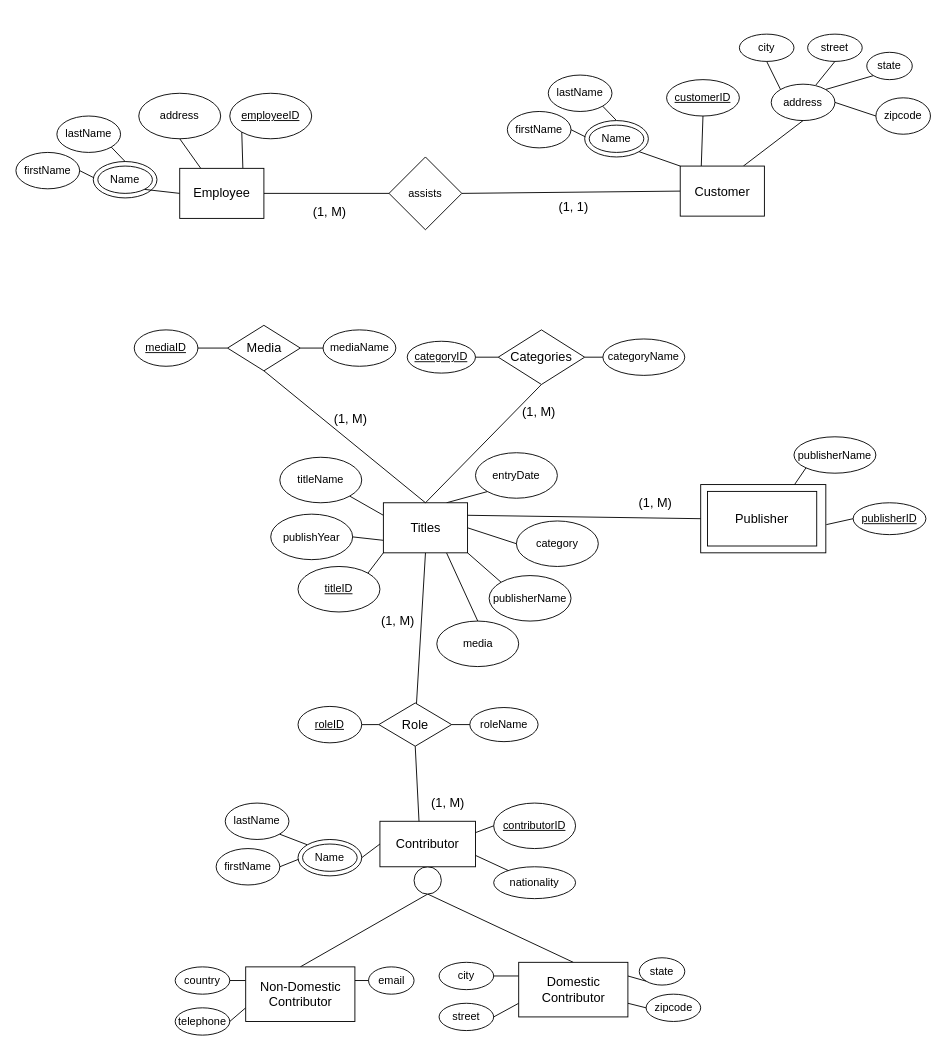
Above: projecteerd.drawio in roning54/database_design (draw.io), before the change. Source tidied: cells renumbered, new cells numbered last; positions are measured from the earlier drawing's top-left corner, leaving out a move shared by most shapes. Both pictures are drawn from the tidied source at 91%, with x=0, y=0 at pixel (15, 34).
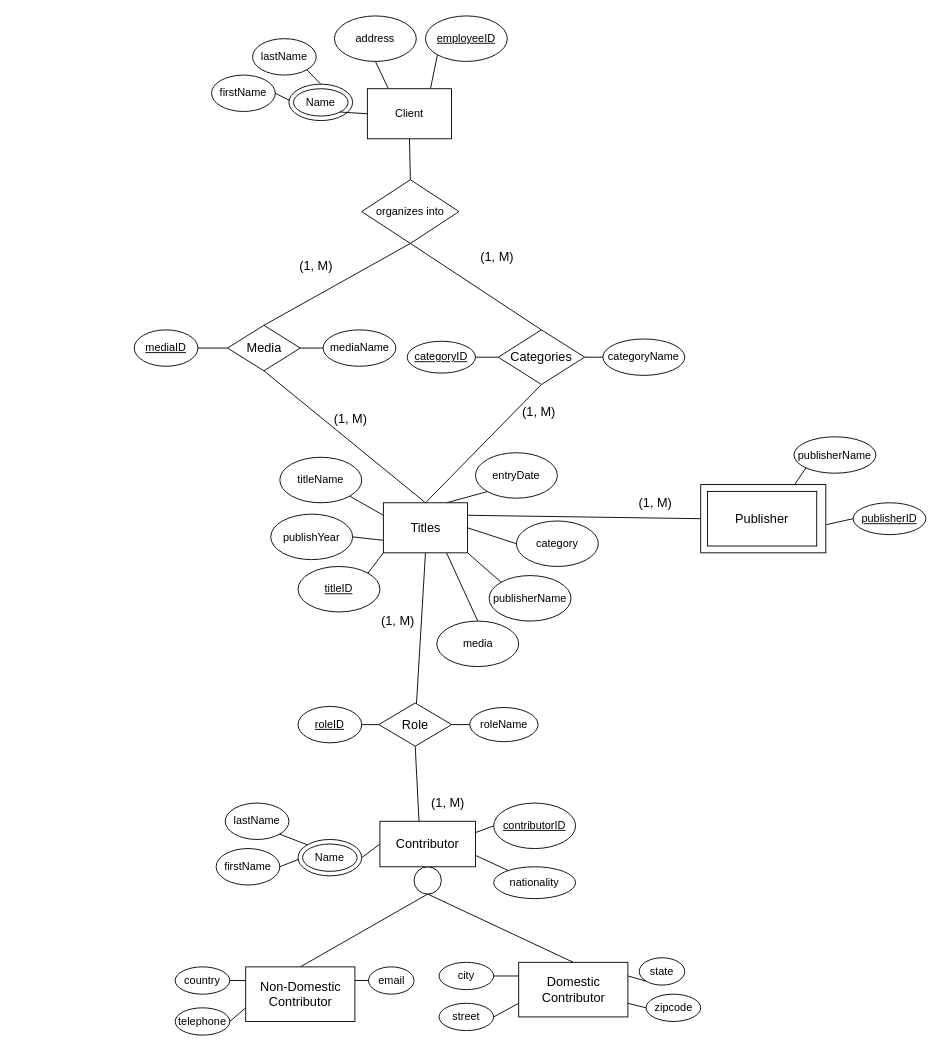
Above is the later version.

The change refers to these unchanged cells:
```xml
<mxCell id="84" value="&lt;font style=&quot;font-size: 14px&quot;&gt;Media&lt;/font&gt;" style="rhombus;whiteSpace=wrap;html=1;" parent="1" vertex="1">
  <mxGeometry x="232.5" y="320" width="80" height="50" as="geometry" />
</mxCell>
<mxCell id="100" value="&lt;font style=&quot;font-size: 14px&quot;&gt;Categories&lt;/font&gt;" style="rhombus;whiteSpace=wrap;html=1;" parent="1" vertex="1">
  <mxGeometry x="530" y="325" width="95" height="60" as="geometry" />
</mxCell>
```

Change to the diagram source:
```diff
@@
     <mxCell id="3" value="&lt;u&gt;employeeID&lt;/u&gt;" style="ellipse;whiteSpace=wrap;html=1;" parent="1" vertex="1">
-      <mxGeometry x="235" y="65" width="90" height="50" as="geometry" />
+      <mxGeometry x="450" y="-20" width="90" height="50" as="geometry" />
     </mxCell>
     <mxCell id="4" value="address" style="ellipse;whiteSpace=wrap;html=1;" parent="1" vertex="1">
-      <mxGeometry x="135" y="65" width="90" height="50" as="geometry" />
+      <mxGeometry x="350" y="-20" width="90" height="50" as="geometry" />
     </mxCell>
-    <mxCell id="5" value="&lt;u&gt;customerID&lt;/u&gt;" style="ellipse;whiteSpace=wrap;html=1;" parent="1" vertex="1">
-      <mxGeometry x="715" y="50" width="80" height="40" as="geometry" />
-    </mxCell>
-    <mxCell id="6" value="firstName" style="ellipse;whiteSpace=wrap;html=1;" parent="1" vertex="1">
-      <mxGeometry x="540" y="85" width="70" height="40" as="geometry" />
-    </mxCell>
-    <mxCell id="7" value="&lt;div&gt;lastName&lt;/div&gt;" style="ellipse;whiteSpace=wrap;html=1;" parent="1" vertex="1">
-      <mxGeometry x="585" y="45" width="70" height="40" as="geometry" />
-    </mxCell>
-    <mxCell id="8" value="address" style="ellipse;whiteSpace=wrap;html=1;" parent="1" vertex="1">
-      <mxGeometry x="830" y="55" width="70" height="40" as="geometry" />
-    </mxCell>
-    <mxCell id="9" value="city" style="ellipse;whiteSpace=wrap;html=1;" parent="1" vertex="1">
-      <mxGeometry x="795" width="60" height="30" as="geometry" />
-    </mxCell>
-    <mxCell id="10" value="&lt;div&gt;state&lt;/div&gt;" style="ellipse;whiteSpace=wrap;html=1;" parent="1" vertex="1">
-      <mxGeometry x="935" y="20" width="50" height="30" as="geometry" />
-    </mxCell>
-    <mxCell id="11" value="zipcode" style="ellipse;whiteSpace=wrap;html=1;" parent="1" vertex="1">
-      <mxGeometry x="945" y="70" width="60" height="40" as="geometry" />
-    </mxCell>
-    <mxCell id="12" value="street" style="ellipse;whiteSpace=wrap;html=1;" parent="1" vertex="1">
-      <mxGeometry x="870" width="60" height="30" as="geometry" />
-    </mxCell>
@@
-    <mxCell id="15" style="endArrow=none;html=1;entryX=0;entryY=0;entryDx=0;entryDy=0;exitX=0.5;exitY=1;exitDx=0;exitDy=0;" parent="1" edge="1" source="9" target="8">
-      <mxGeometry relative="1" as="geometry" />
-    </mxCell>
-    <mxCell id="16" style="endArrow=none;html=1;entryX=0.5;entryY=1;entryDx=0;entryDy=0;exitX=0.7;exitY=0.025;exitDx=0;exitDy=0;exitPerimeter=0;" parent="1" edge="1" source="8" target="12">
-      <mxGeometry relative="1" as="geometry" />
-    </mxCell>
-    <mxCell id="17" style="endArrow=none;html=1;entryX=0;entryY=1;entryDx=0;entryDy=0;exitX=1;exitY=0;exitDx=0;exitDy=0;" parent="1" edge="1" source="8" target="10">
-      <mxGeometry relative="1" as="geometry" />
-    </mxCell>
-    <mxCell id="18" style="endArrow=none;html=1;entryX=0;entryY=0.5;entryDx=0;entryDy=0;exitX=1;exitY=0.5;exitDx=0;exitDy=0;" parent="1" edge="1" source="8" target="11">
-      <mxGeometry relative="1" as="geometry" />
-    </mxCell>
-    <mxCell id="19" style="endArrow=none;html=1;entryX=0.25;entryY=0;entryDx=0;entryDy=0;exitX=0.5;exitY=1;exitDx=0;exitDy=0;" parent="1" edge="1" source="5" target="112">
-      <mxGeometry relative="1" as="geometry" />
-    </mxCell>
-    <mxCell id="20" style="endArrow=none;html=1;exitX=1;exitY=1;exitDx=0;exitDy=0;entryX=0.5;entryY=0;entryDx=0;entryDy=0;" parent="1" edge="1" source="7" target="64">
-      <mxGeometry relative="1" as="geometry" />
-    </mxCell>
-    <mxCell id="21" style="endArrow=none;html=1;entryX=1;entryY=0.5;entryDx=0;entryDy=0;exitX=0;exitY=0.5;exitDx=0;exitDy=0;" parent="1" edge="1" source="65" target="6">
-      <mxGeometry relative="1" as="geometry" />
-    </mxCell>
-    <mxCell id="22" style="endArrow=none;html=1;entryX=0.75;entryY=0;entryDx=0;entryDy=0;exitX=0.5;exitY=1;exitDx=0;exitDy=0;" parent="1" edge="1" source="8" target="112">
-      <mxGeometry relative="1" as="geometry" />
-    </mxCell>
@@
-    <mxCell id="64" style="ellipse;whiteSpace=wrap;html=1;" parent="1" vertex="1">
-      <mxGeometry x="625" y="95" width="70" height="40" as="geometry" />
-    </mxCell>
-    <mxCell id="65" value="Name" style="ellipse;whiteSpace=wrap;html=1;" parent="1" vertex="1">
-      <mxGeometry x="630" y="100" width="60" height="30" as="geometry" />
-    </mxCell>
-    <mxCell id="66" value="assists" style="rhombus;whiteSpace=wrap;html=1;" parent="1" vertex="1">
-      <mxGeometry x="410" y="135" width="80" height="80" as="geometry" />
-    </mxCell>
     <mxCell id="67" value="firstName" style="ellipse;whiteSpace=wrap;html=1;" parent="1" vertex="1">
-      <mxGeometry y="130" width="70" height="40" as="geometry" />
+      <mxGeometry x="215" y="45" width="70" height="40" as="geometry" />
     </mxCell>
-    <mxCell id="68" style="endArrow=none;html=1;exitX=1;exitY=0.5;exitDx=0;exitDy=0;entryX=0;entryY=0.5;entryDx=0;entryDy=0;" parent="1" edge="1" source="66" target="112">
-      <mxGeometry relative="1" as="geometry" />
-    </mxCell>
     <mxCell id="69" value="&lt;div&gt;lastName&lt;/div&gt;" style="ellipse;whiteSpace=wrap;html=1;" parent="1" vertex="1">
-      <mxGeometry x="45" y="90" width="70" height="40" as="geometry" />
+      <mxGeometry x="260" y="5" width="70" height="40" as="geometry" />
     </mxCell>
-    <mxCell id="70" style="endArrow=none;html=1;exitX=1;exitY=0.5;exitDx=0;exitDy=0;entryX=0;entryY=0.5;entryDx=0;entryDy=0;" parent="1" edge="1" source="111" target="66">
+    <mxCell id="70" style="endArrow=none;html=1;entryX=0.5;entryY=0;entryDx=0;entryDy=0;exitX=0.5;exitY=1;exitDx=0;exitDy=0;" parent="1" edge="1" source="118" target="100">
       <mxGeometry relative="1" as="geometry" />
     </mxCell>
@@
     <mxCell id="73" style="ellipse;whiteSpace=wrap;html=1;" parent="1" vertex="1">
-      <mxGeometry x="85" y="140" width="70" height="40" as="geometry" />
+      <mxGeometry x="300" y="55" width="70" height="40" as="geometry" />
     </mxCell>
     <mxCell id="74" value="Name" style="ellipse;whiteSpace=wrap;html=1;" parent="1" vertex="1">
-      <mxGeometry x="90" y="145" width="60" height="30" as="geometry" />
+      <mxGeometry x="305" y="60" width="60" height="30" as="geometry" />
     </mxCell>
-    <mxCell id="75" style="endArrow=none;html=1;entryX=0;entryY=0;entryDx=0;entryDy=0;exitX=1;exitY=1;exitDx=0;exitDy=0;" parent="1" edge="1" source="64" target="112">
-      <mxGeometry relative="1" as="geometry" />
-    </mxCell>
@@
-    <mxCell id="111" value="&lt;font style=&quot;font-size: 14px&quot;&gt;Employee&lt;/font&gt;" style="rounded=0;whiteSpace=wrap;html=1;" parent="1" vertex="1">
-      <mxGeometry x="180" y="147.5" width="92.5" height="55" as="geometry" />
+    <mxCell id="111" value="Client" style="rounded=0;whiteSpace=wrap;html=1;" parent="1" vertex="1">
+      <mxGeometry x="386.2" y="60" width="92.5" height="55" as="geometry" />
     </mxCell>
-    <mxCell id="112" value="&lt;font style=&quot;font-size: 14px&quot;&gt;Customer&lt;/font&gt;" style="rounded=0;whiteSpace=wrap;html=1;" parent="1" vertex="1">
-      <mxGeometry x="730" y="145" width="92.5" height="55" as="geometry" />
-    </mxCell>
     <mxCell id="113" value="&lt;font style=&quot;font-size: 14px&quot;&gt;(1, M)&lt;/font&gt;" style="text;html=1;strokeColor=none;fillColor=none;align=center;verticalAlign=middle;whiteSpace=wrap;rounded=0;" parent="1" vertex="1">
-      <mxGeometry x="295" y="180" width="100" height="30" as="geometry" />
+      <mxGeometry x="478.8" y="230" width="100" height="30" as="geometry" />
     </mxCell>
-    <mxCell id="114" value="&lt;font style=&quot;font-size: 14px&quot;&gt;(1, 1)&lt;/font&gt;" style="text;html=1;strokeColor=none;fillColor=none;align=center;verticalAlign=middle;whiteSpace=wrap;rounded=0;" parent="1" vertex="1">
-      <mxGeometry x="562.5" y="170" width="100" height="40" as="geometry" />
-    </mxCell>
@@
+    <mxCell id="117" style="endArrow=none;html=1;entryX=0.5;entryY=0;entryDx=0;entryDy=0;exitX=0.5;exitY=1;exitDx=0;exitDy=0;" parent="1" edge="1" source="118" target="84">
+      <mxGeometry relative="1" as="geometry" />
+    </mxCell>
+    <mxCell id="118" value="organizes into" style="rhombus;whiteSpace=wrap;html=1;" parent="1" vertex="1">
+      <mxGeometry x="380" y="160" width="106.9" height="70" as="geometry" />
+    </mxCell>
+    <mxCell id="119" style="endArrow=none;html=1;exitX=0.5;exitY=0;exitDx=0;exitDy=0;entryX=0.5;entryY=1;entryDx=0;entryDy=0;" parent="1" edge="1" source="118" target="111">
+      <mxGeometry relative="1" as="geometry" />
+    </mxCell>
+    <mxCell id="120" value="&lt;font style=&quot;font-size: 14px&quot;&gt;(1, M)&lt;/font&gt;" style="text;html=1;strokeColor=none;fillColor=none;align=center;verticalAlign=middle;whiteSpace=wrap;rounded=0;" parent="1" vertex="1">
+      <mxGeometry x="280" y="240" width="100" height="30" as="geometry" />
+    </mxCell>
```
